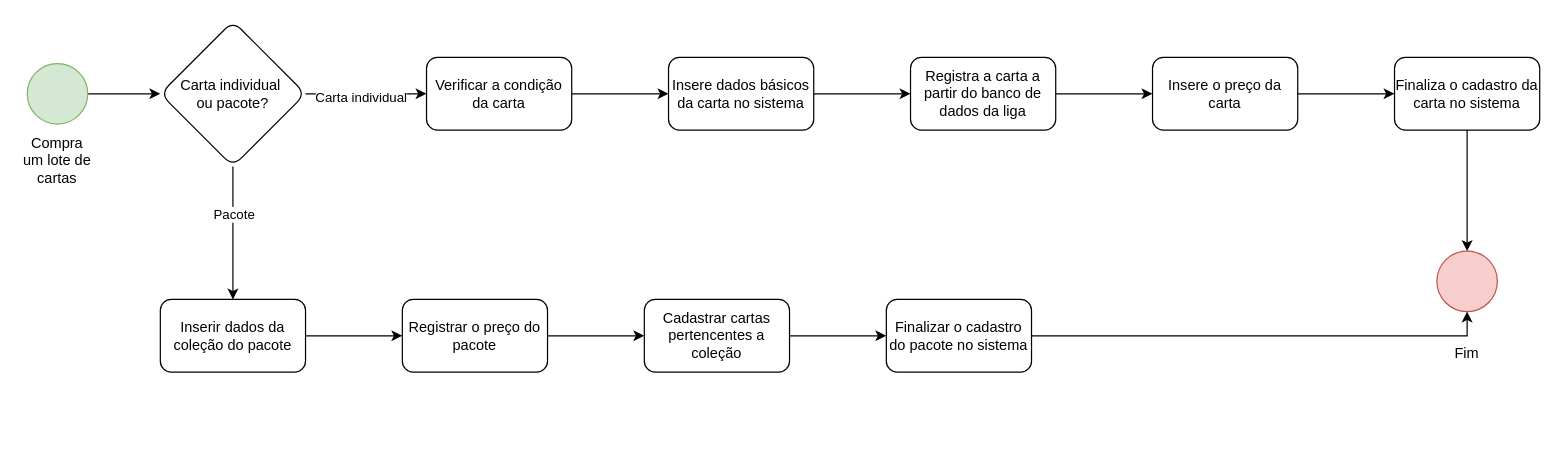
RTR-RapazesTechReformed/RTR-Documentacao keeps this draw.io diagram as Diagramas/Fluxo de Registro de Cartas - As Is (1).drawio. Above is the earlier version. Source tidied: cells renumbered, new cells numbered last; positions are measured from the earlier drawing's top-left corner, leaving out a move shared by most shapes. Both pictures are drawn from the tidied source at 121%, with x=0, y=0 at pixel (21, 21).
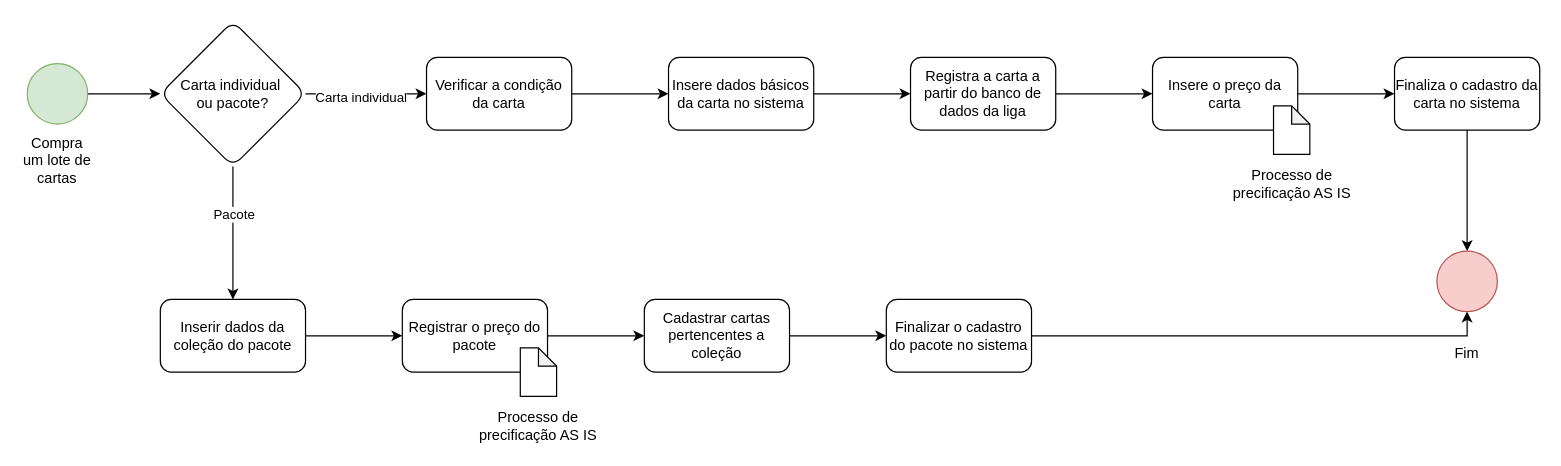
Above is the later version.

Commit message (it also covers changes not shown here):
Subindo diagrammas atualizados

The edit, as a diff of the source:
```diff
@@
+    <mxCell id="30" style="shape=note;whiteSpace=wrap;html=1;backgroundOutline=1;darkOpacity=0.05;size=15;" parent="1" vertex="1">
+      <mxGeometry x="1035" y="70" width="30" height="40" as="geometry" />
+    </mxCell>
+    <mxCell id="31" value="Processo de precificação AS IS" style="text;html=1;align=center;verticalAlign=middle;whiteSpace=wrap;rounded=0;" parent="1" vertex="1">
+      <mxGeometry x="997.5" y="120" width="105" height="30" as="geometry" />
+    </mxCell>
+    <mxCell id="32" style="shape=note;whiteSpace=wrap;html=1;backgroundOutline=1;darkOpacity=0.05;size=15;" parent="1" vertex="1">
+      <mxGeometry x="412.5" y="270" width="30" height="40" as="geometry" />
+    </mxCell>
+    <mxCell id="33" value="Processo de precificação AS IS" style="text;html=1;align=center;verticalAlign=middle;whiteSpace=wrap;rounded=0;" parent="1" vertex="1">
+      <mxGeometry x="375" y="320" width="105" height="30" as="geometry" />
+    </mxCell>
```
